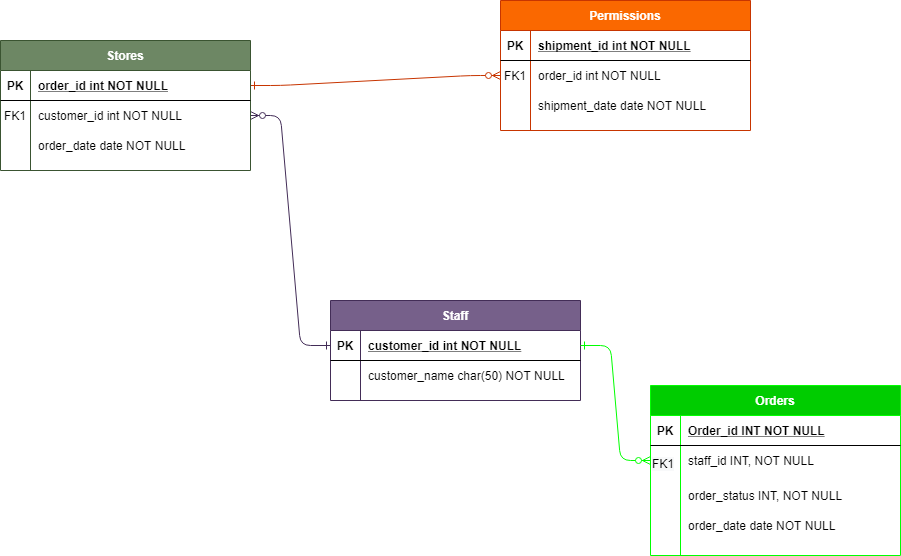
Before: RestaSoft Diagram.png, a diagram exported from draw.io (RestaSoft/ERM-RestaSoft). Source tidied: cells renumbered, new cells last; positions are measured from the earlier drawing's top-left corner, leaving out a move shared by most shapes.
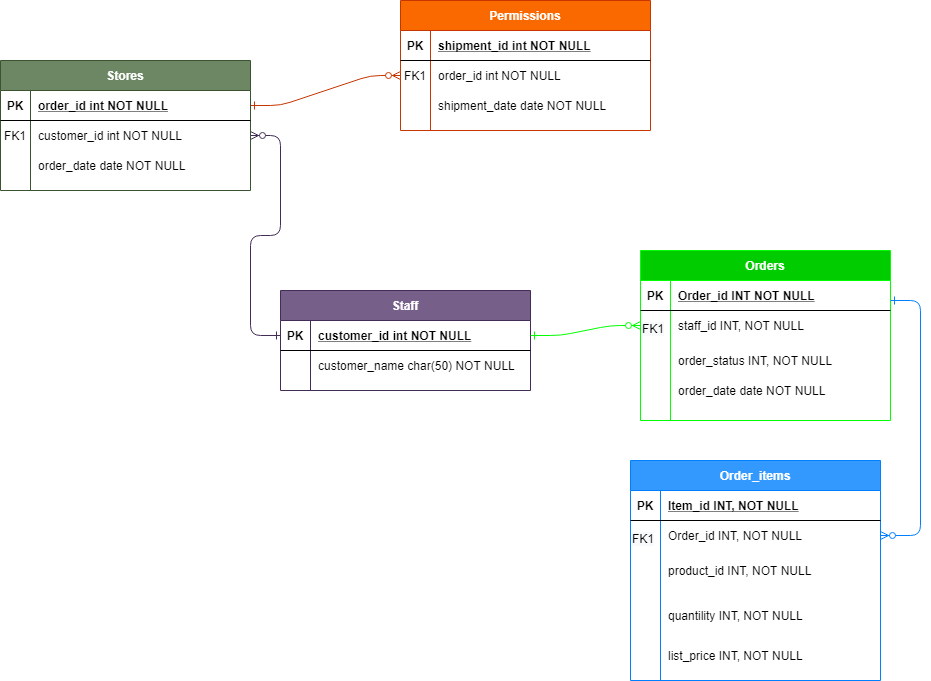
Above is the later version.

Commit message:
add of table orders_items

The edit, as a diff of the source:
```diff
@@ -9,7 +9,7 @@
       <mxGeometry relative="1" as="geometry" />
     </mxCell>
     <mxCell id="4" value="Stores" style="shape=table;startSize=30;rowLines=0;fontStyle=1;align=center;fillColor=#6d8764;strokeColor=#3A5431;fontColor=#ffffff;" parent="1" vertex="1">
-      <mxGeometry y="40" width="250" height="130" as="geometry" />
+      <mxGeometry x="-220" y="70" width="250" height="130" as="geometry" />
     </mxCell>
     <mxCell id="5" style="shape=partialRectangle;fillColor=none;points=[[0,0.5],[1,0.5]];portConstraint=eastwest;top=0;left=0;right=0;bottom=1;" parent="4" vertex="1">
       <mxGeometry y="30" width="250" height="30" as="geometry" />
@@ -39,7 +39,7 @@
       <mxGeometry x="30" width="220" height="30" as="geometry" />
     </mxCell>
     <mxCell id="14" value="Permissions" style="shape=table;startSize=30;rowLines=0;fontStyle=1;align=center;fillColor=#fa6800;strokeColor=#C73500;fontColor=#ffffff;" parent="1" vertex="1">
-      <mxGeometry x="500" width="250" height="130" as="geometry" />
+      <mxGeometry x="180" y="10" width="250" height="130" as="geometry" />
     </mxCell>
     <mxCell id="15" style="shape=partialRectangle;fillColor=none;top=0;left=0;right=0;bottom=1;" parent="14" vertex="1">
       <mxGeometry y="30" width="250" height="30" as="geometry" />
@@ -69,7 +69,7 @@
       <mxGeometry x="30" width="220" height="30" as="geometry" />
     </mxCell>
     <mxCell id="24" value="Staff" style="shape=table;startSize=30;rowLines=0;fontStyle=1;align=center;fillColor=#76608a;strokeColor=#432D57;fontColor=#ffffff;" parent="1" vertex="1">
-      <mxGeometry x="330" y="300" width="250" height="100" as="geometry" />
+      <mxGeometry x="60" y="300" width="250" height="100" as="geometry" />
     </mxCell>
     <mxCell id="25" style="shape=partialRectangle;fillColor=none;points=[[0,0.5],[1,0.5]];portConstraint=eastwest;top=0;left=0;right=0;bottom=1;" parent="24" vertex="1">
       <mxGeometry y="30" width="250" height="30" as="geometry" />
@@ -90,7 +90,7 @@
       <mxGeometry x="30" width="220" height="30" as="geometry" />
     </mxCell>
     <mxCell id="31" style="group;" parent="1" vertex="1">
-      <mxGeometry x="650" y="385" width="250" height="170" as="geometry" />
+      <mxGeometry x="420" y="260" width="250" height="170" as="geometry" />
     </mxCell>
     <mxCell id="32" value="Orders" style="shape=table;startSize=30;rowLines=0;fontStyle=1;align=center;fontColor=#ffffff;fillColor=#00CC00;strokeColor=#00FF00;" parent="31" vertex="1">
       <mxGeometry width="250" height="170" as="geometry" />
@@ -134,10 +134,61 @@
     <mxCell id="45" value="&lt;span style=&quot;color: rgb(0 , 0 , 0) ; font-family: &amp;#34;helvetica&amp;#34; ; font-size: 12px ; font-style: normal ; letter-spacing: normal ; text-align: center ; text-indent: 0px ; text-transform: none ; word-spacing: 0px ; background-color: rgb(248 , 249 , 250) ; display: inline ; float: none&quot;&gt;FK1&lt;/span&gt;" style="text;whiteSpace=wrap;html=1;" parent="31" vertex="1">
       <mxGeometry y="65" width="50" height="40" as="geometry" />
     </mxCell>
-    <mxCell id="46" style="edgeStyle=entityRelationEdgeStyle;endArrow=ERzeroToMany;startArrow=ERone;endFill=1;startFill=0;fillColor=#76608a;exitX=1;exitY=0.5;exitDx=0;exitDy=0;strokeColor=#00FF00;" parent="1" edge="1" source="25">
-      <mxGeometry relative="1" as="geometry">
-        <mxPoint x="650" y="460" as="targetPoint" />
-      </mxGeometry>
+    <mxCell id="46" style="edgeStyle=entityRelationEdgeStyle;endArrow=ERzeroToMany;startArrow=ERone;endFill=1;startFill=0;fillColor=#76608a;exitX=1;exitY=0.5;exitDx=0;exitDy=0;strokeColor=#00FF00;entryX=0;entryY=0.25;entryDx=0;entryDy=0;" parent="1" edge="1" source="25" target="45">
+      <mxGeometry relative="1" as="geometry" />
     </mxCell>
+    <mxCell id="47" style="group;" parent="1" vertex="1">
+      <mxGeometry x="410" y="470" width="250" height="220" as="geometry" />
+    </mxCell>
+    <mxCell id="48" value="Order_items" style="shape=table;startSize=30;rowLines=0;fontStyle=1;align=center;fontColor=#ffffff;fillColor=#3399FF;strokeColor=#007FFF;" parent="47" vertex="1">
+      <mxGeometry width="250" height="220" as="geometry" />
+    </mxCell>
+    <mxCell id="49" style="shape=partialRectangle;fillColor=none;top=0;left=0;right=0;bottom=1;" parent="48" vertex="1">
+      <mxGeometry y="30" width="250" height="30" as="geometry" />
+    </mxCell>
+    <mxCell id="50" value="PK" style="shape=partialRectangle;overflow=hidden;fillColor=none;top=0;left=0;bottom=0;right=0;fontStyle=1;" parent="49" vertex="1">
+      <mxGeometry width="30" height="30" as="geometry" />
+    </mxCell>
+    <mxCell id="51" value="Item_id INT, NOT NULL" style="shape=partialRectangle;overflow=hidden;fillColor=none;top=0;left=0;bottom=0;right=0;align=left;spacingLeft=6;fontStyle=5;" parent="49" vertex="1">
+      <mxGeometry x="30" width="220" height="30" as="geometry" />
+    </mxCell>
+    <mxCell id="52" style="shape=partialRectangle;fillColor=none;points=[[0,0.5],[1,0.5]];portConstraint=eastwest;top=0;left=0;right=0;bottom=0;" parent="48" vertex="1">
+      <mxGeometry y="60" width="250" height="30" as="geometry" />
+    </mxCell>
+    <mxCell id="53" style="shape=partialRectangle;overflow=hidden;fillColor=none;top=0;left=0;bottom=0;right=0;" parent="52" vertex="1">
+      <mxGeometry width="30" height="30" as="geometry" />
+    </mxCell>
+    <mxCell id="54" value="Order_id INT, NOT NULL" style="shape=partialRectangle;overflow=hidden;fillColor=none;top=0;left=0;bottom=0;right=0;align=left;spacingLeft=6;" parent="52" vertex="1">
+      <mxGeometry x="30" width="220" height="30" as="geometry" />
+    </mxCell>
+    <mxCell id="55" style="shape=partialRectangle;fillColor=none;top=0;left=0;right=0;bottom=0;" parent="47" vertex="1">
+      <mxGeometry y="125" width="250" height="30" as="geometry" />
+    </mxCell>
+    <mxCell id="56" style="shape=partialRectangle;overflow=hidden;fillColor=none;top=0;left=0;bottom=0;right=0;" parent="55" vertex="1">
+      <mxGeometry width="30" height="30" as="geometry" />
+    </mxCell>
+    <mxCell id="57" value="&lt;span style=&quot;color: rgb(0 , 0 , 0) ; font-family: &amp;#34;helvetica&amp;#34; ; font-size: 12px ; font-style: normal ; letter-spacing: normal ; text-align: center ; text-indent: 0px ; text-transform: none ; word-spacing: 0px ; background-color: rgb(248 , 249 , 250) ; display: inline ; float: none&quot;&gt;FK1&lt;/span&gt;" style="text;whiteSpace=wrap;html=1;" parent="47" vertex="1">
+      <mxGeometry y="65" width="50" height="40" as="geometry" />
+    </mxCell>
+    <mxCell id="58" value="list_price INT, NOT NULL" style="shape=partialRectangle;overflow=hidden;fillColor=none;top=0;left=0;bottom=0;right=0;align=left;spacingLeft=6;" parent="47" vertex="1">
+      <mxGeometry x="30" y="180" width="220" height="30" as="geometry" />
+    </mxCell>
+    <mxCell id="59" value="quantility INT, NOT NULL" style="shape=partialRectangle;overflow=hidden;fillColor=none;top=0;left=0;bottom=0;right=0;align=left;spacingLeft=6;" parent="47" vertex="1">
+      <mxGeometry x="30" y="140" width="220" height="30" as="geometry" />
+    </mxCell>
+    <mxCell id="60" style="shape=partialRectangle;fillColor=none;top=0;left=0;right=0;bottom=0;" parent="47" vertex="1">
+      <mxGeometry y="95" width="250" height="30" as="geometry" />
+    </mxCell>
+    <mxCell id="61" style="shape=partialRectangle;overflow=hidden;fillColor=none;top=0;left=0;bottom=0;right=0;" parent="60" vertex="1">
+      <mxGeometry width="30" height="30" as="geometry" />
+    </mxCell>
+    <mxCell id="62" value="product_id INT, NOT NULL" style="shape=partialRectangle;overflow=hidden;fillColor=none;top=0;left=0;bottom=0;right=0;align=left;spacingLeft=6;" parent="60" vertex="1">
+      <mxGeometry x="30" width="220" height="30" as="geometry" />
+    </mxCell>
+    <mxCell id="63" style="edgeStyle=entityRelationEdgeStyle;endArrow=ERzeroToMany;startArrow=ERone;endFill=1;startFill=0;fillColor=#76608a;exitX=1;exitY=0.5;exitDx=0;exitDy=0;entryX=1;entryY=0.5;entryDx=0;entryDy=0;strokeColor=#007FFF;" parent="1" edge="1" target="52">
+      <mxGeometry relative="1" as="geometry">
+        <mxPoint x="670" y="310" as="sourcePoint" />
+      </mxGeometry>
+    </mxCell>
   </root>
 </mxGraphModel>
```
